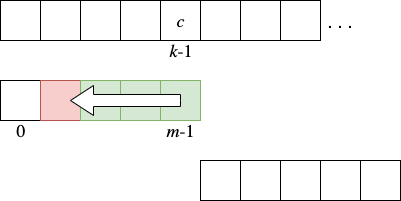
ppoblete/AED keeps this draw.io diagram as bmh2.png. Above is the earlier version. Source tidied: cells renumbered, new cells last; positions are measured from the earlier drawing's top-left corner, leaving out a move shared by most shapes. The source it was exported from:
```xml
<mxGraphModel>
  <root>
    <mxCell id="0" />
    <mxCell id="1" parent="0" />
    <mxCell id="2" style="whiteSpace=wrap;html=1;" parent="1" vertex="1">
      <mxGeometry width="40" height="40" as="geometry" />
    </mxCell>
    <mxCell id="3" style="whiteSpace=wrap;html=1;" parent="1" vertex="1">
      <mxGeometry x="40" width="40" height="40" as="geometry" />
    </mxCell>
    <mxCell id="4" style="whiteSpace=wrap;html=1;" parent="1" vertex="1">
      <mxGeometry x="80" width="40" height="40" as="geometry" />
    </mxCell>
    <mxCell id="5" style="whiteSpace=wrap;html=1;" parent="1" vertex="1">
      <mxGeometry x="120" width="40" height="40" as="geometry" />
    </mxCell>
    <mxCell id="6" value="&lt;font face=&quot;cm&quot; style=&quot;font-size: 18px&quot;&gt;&lt;i&gt;c&lt;/i&gt;&lt;/font&gt;" style="whiteSpace=wrap;html=1;" parent="1" vertex="1">
      <mxGeometry x="160" width="40" height="40" as="geometry" />
    </mxCell>
    <mxCell id="7" style="whiteSpace=wrap;html=1;" parent="1" vertex="1">
      <mxGeometry x="200" width="40" height="40" as="geometry" />
    </mxCell>
    <mxCell id="8" style="whiteSpace=wrap;html=1;" parent="1" vertex="1">
      <mxGeometry x="240" width="40" height="40" as="geometry" />
    </mxCell>
    <mxCell id="9" style="whiteSpace=wrap;html=1;" parent="1" vertex="1">
      <mxGeometry y="80" width="40" height="40" as="geometry" />
    </mxCell>
    <mxCell id="10" style="whiteSpace=wrap;html=1;fillColor=#f8cecc;strokeColor=#b85450;" parent="1" vertex="1">
      <mxGeometry x="40" y="80" width="40" height="40" as="geometry" />
    </mxCell>
    <mxCell id="11" style="whiteSpace=wrap;html=1;fillColor=#d5e8d4;strokeColor=#82b366;" parent="1" vertex="1">
      <mxGeometry x="80" y="80" width="40" height="40" as="geometry" />
    </mxCell>
    <mxCell id="12" style="whiteSpace=wrap;html=1;fillColor=#d5e8d4;strokeColor=#82b366;" parent="1" vertex="1">
      <mxGeometry x="120" y="80" width="40" height="40" as="geometry" />
    </mxCell>
    <mxCell id="13" style="whiteSpace=wrap;html=1;fillColor=#d5e8d4;strokeColor=#82b366;" parent="1" vertex="1">
      <mxGeometry x="160" y="80" width="40" height="40" as="geometry" />
    </mxCell>
    <mxCell id="14" style="whiteSpace=wrap;html=1;" parent="1" vertex="1">
      <mxGeometry x="200" y="160" width="40" height="40" as="geometry" />
    </mxCell>
    <mxCell id="15" style="whiteSpace=wrap;html=1;" parent="1" vertex="1">
      <mxGeometry x="240" y="160" width="40" height="40" as="geometry" />
    </mxCell>
    <mxCell id="16" style="whiteSpace=wrap;html=1;" parent="1" vertex="1">
      <mxGeometry x="280" y="160" width="40" height="40" as="geometry" />
    </mxCell>
    <mxCell id="17" style="whiteSpace=wrap;html=1;" parent="1" vertex="1">
      <mxGeometry x="320" y="160" width="40" height="40" as="geometry" />
    </mxCell>
    <mxCell id="18" style="whiteSpace=wrap;html=1;" parent="1" vertex="1">
      <mxGeometry x="360" y="160" width="40" height="40" as="geometry" />
    </mxCell>
    <mxCell id="19" style="whiteSpace=wrap;html=1;" parent="1" vertex="1">
      <mxGeometry x="280" width="40" height="40" as="geometry" />
    </mxCell>
    <mxCell id="20" value="&lt;font style=&quot;font-size: 18px&quot;&gt;. . .&lt;/font&gt;" style="text;html=1;strokeColor=none;fillColor=none;align=center;verticalAlign=middle;whiteSpace=wrap;rounded=0;" parent="1" vertex="1">
      <mxGeometry x="320" y="10" width="40" height="20" as="geometry" />
    </mxCell>
    <mxCell id="21" value="&lt;font face=&quot;cm&quot; style=&quot;font-size: 18px&quot;&gt;0&lt;/font&gt;" style="text;html=1;strokeColor=none;fillColor=none;align=center;verticalAlign=middle;whiteSpace=wrap;rounded=0;" parent="1" vertex="1">
      <mxGeometry y="120" width="40" height="20" as="geometry" />
    </mxCell>
    <mxCell id="22" value="&lt;font face=&quot;cm&quot; style=&quot;font-size: 18px&quot;&gt;&lt;i&gt;m&lt;/i&gt;-1&lt;/font&gt;" style="text;html=1;strokeColor=none;fillColor=none;align=center;verticalAlign=middle;whiteSpace=wrap;rounded=0;" parent="1" vertex="1">
      <mxGeometry x="160" y="120" width="40" height="20" as="geometry" />
    </mxCell>
    <mxCell id="23" value="&lt;font face=&quot;cm&quot; style=&quot;font-size: 18px&quot;&gt;&lt;i&gt;k&lt;/i&gt;-1&lt;/font&gt;" style="text;html=1;strokeColor=none;fillColor=none;align=center;verticalAlign=middle;whiteSpace=wrap;rounded=0;" parent="1" vertex="1">
      <mxGeometry x="160" y="40" width="40" height="20" as="geometry" />
    </mxCell>
    <mxCell id="24" style="html=1;shadow=0;dashed=0;align=center;verticalAlign=middle;shape=mxgraph.arrows2.arrow;dy=0.6;dx=23;flipH=1;notch=0;" parent="1" vertex="1">
      <mxGeometry x="70" y="85" width="110" height="30" as="geometry" />
    </mxCell>
  </root>
</mxGraphModel>
```
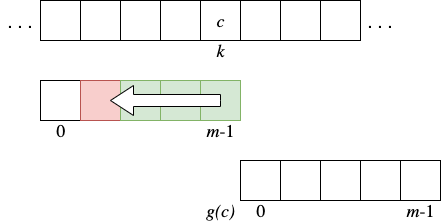
Above is the later version.

Change to the diagram source:
```diff
@@ -65,11 +65,23 @@
     <mxCell id="22" value="&lt;font face=&quot;cm&quot; style=&quot;font-size: 18px&quot;&gt;&lt;i&gt;m&lt;/i&gt;-1&lt;/font&gt;" style="text;html=1;strokeColor=none;fillColor=none;align=center;verticalAlign=middle;whiteSpace=wrap;rounded=0;" parent="1" vertex="1">
       <mxGeometry x="160" y="120" width="40" height="20" as="geometry" />
     </mxCell>
-    <mxCell id="23" value="&lt;font face=&quot;cm&quot; style=&quot;font-size: 18px&quot;&gt;&lt;i&gt;k&lt;/i&gt;-1&lt;/font&gt;" style="text;html=1;strokeColor=none;fillColor=none;align=center;verticalAlign=middle;whiteSpace=wrap;rounded=0;" parent="1" vertex="1">
+    <mxCell id="23" value="&lt;font face=&quot;cm&quot;&gt;&lt;span style=&quot;font-size: 18px&quot;&gt;&lt;i&gt;k&lt;/i&gt;&lt;/span&gt;&lt;/font&gt;" style="text;html=1;strokeColor=none;fillColor=none;align=center;verticalAlign=middle;whiteSpace=wrap;rounded=0;" parent="1" vertex="1">
       <mxGeometry x="160" y="40" width="40" height="20" as="geometry" />
     </mxCell>
+    <mxCell id="25" value="&lt;font style=&quot;font-size: 18px&quot; face=&quot;cm&quot;&gt;&lt;i&gt;g(c)&lt;/i&gt;&lt;/font&gt;" style="text;html=1;align=center;verticalAlign=middle;" parent="1" vertex="1">
+      <mxGeometry x="160" y="200" width="40" height="20" as="geometry" />
+    </mxCell>
     <mxCell id="24" style="html=1;shadow=0;dashed=0;align=center;verticalAlign=middle;shape=mxgraph.arrows2.arrow;dy=0.6;dx=23;flipH=1;notch=0;" parent="1" vertex="1">
       <mxGeometry x="70" y="85" width="110" height="30" as="geometry" />
     </mxCell>
+    <mxCell id="26" value="&lt;font face=&quot;cm&quot; style=&quot;font-size: 18px&quot;&gt;0&lt;/font&gt;" style="text;html=1;strokeColor=none;fillColor=none;align=center;verticalAlign=middle;whiteSpace=wrap;rounded=0;" parent="1" vertex="1">
+      <mxGeometry x="200" y="200" width="40" height="20" as="geometry" />
+    </mxCell>
+    <mxCell id="27" value="&lt;font face=&quot;cm&quot; style=&quot;font-size: 18px&quot;&gt;&lt;i&gt;m&lt;/i&gt;-1&lt;/font&gt;" style="text;html=1;strokeColor=none;fillColor=none;align=center;verticalAlign=middle;whiteSpace=wrap;rounded=0;" parent="1" vertex="1">
+      <mxGeometry x="360" y="200" width="40" height="20" as="geometry" />
+    </mxCell>
+    <mxCell id="28" value="&lt;font style=&quot;font-size: 18px&quot;&gt;. . .&lt;/font&gt;" style="text;html=1;strokeColor=none;fillColor=none;align=center;verticalAlign=middle;whiteSpace=wrap;rounded=0;" parent="1" vertex="1">
+      <mxGeometry x="-40" y="10" width="40" height="20" as="geometry" />
+    </mxCell>
   </root>
 </mxGraphModel>
```
